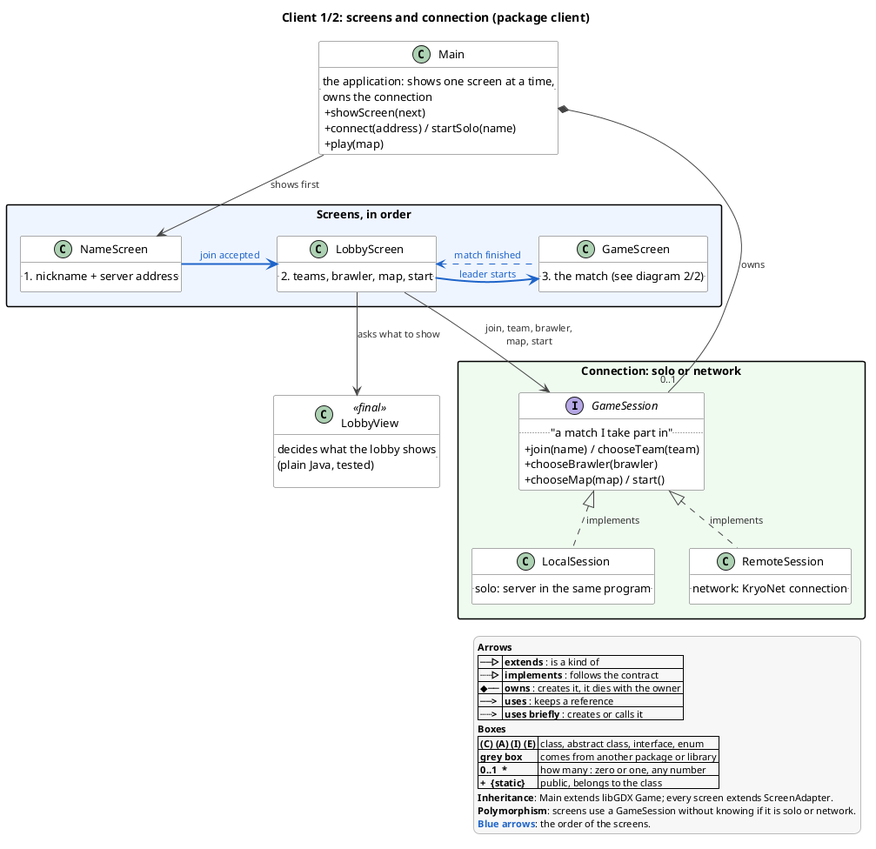
The PlantUML diagram docs/uml/client-screens.png in louispouillet/2dgame, before a commit.
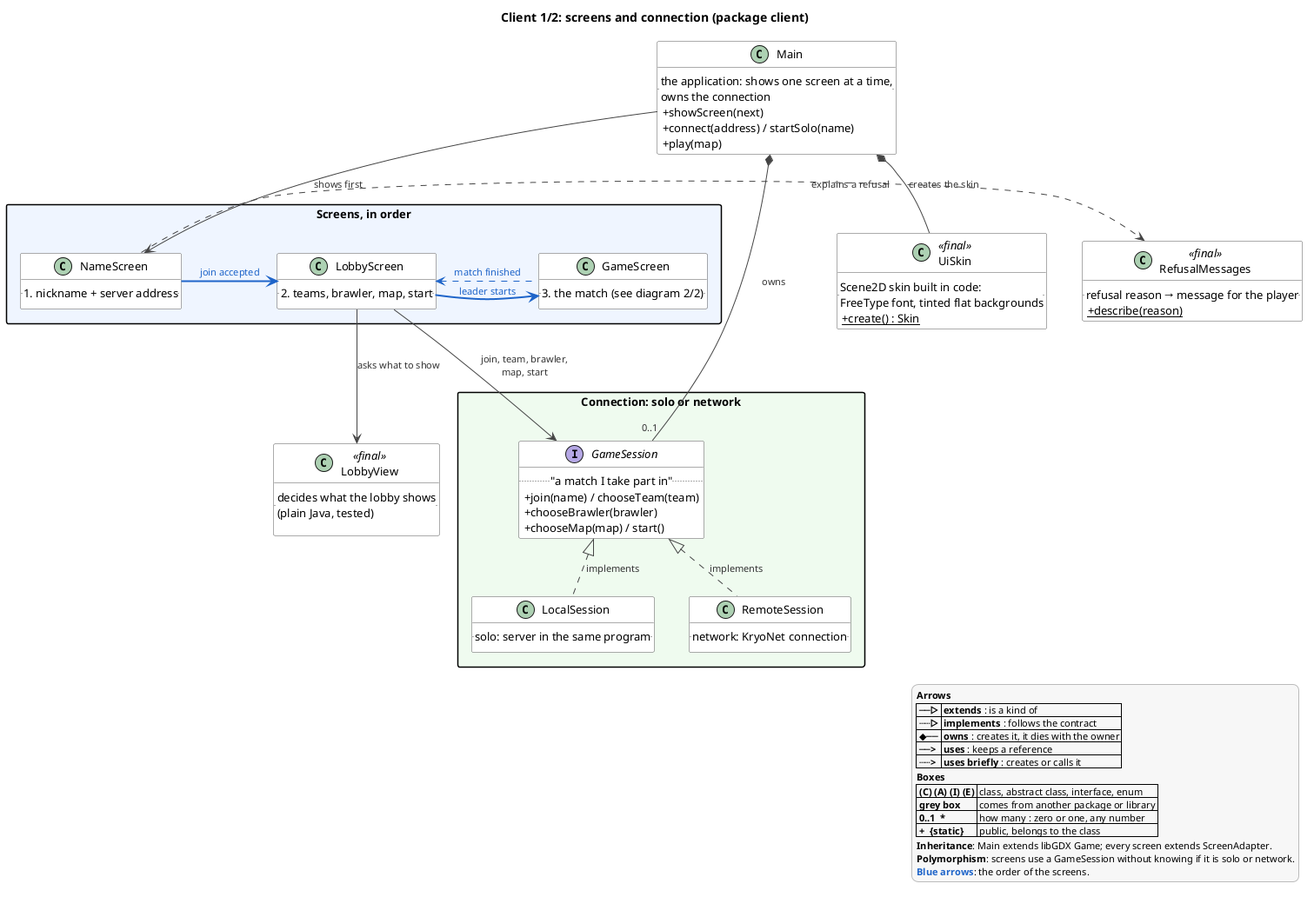
After the commit.

Commit message:
docs(uml): add the missing client classes to the client diagrams

What changed in the source:
```diff
@@ -25,6 +25,16 @@
     .. decides what the lobby shows\n(plain Java, tested) ..
 }
 
+class RefusalMessages <<final>> {
+    .. refusal reason → message for the player ..
+    + {static} describe(reason)
+}
+
+class UiSkin <<final>> {
+    .. Scene2D skin built in code:\nFreeType font, tinted flat backgrounds ..
+    + {static} create() : Skin
+}
+
 package "Connection: solo or network" #EEFBEF {
     interface GameSession {
         .. "a match I take part in" ..
@@ -47,6 +57,8 @@
 LobbyScreen -down-> LobbyView : asks what to show
 
 Main *-right- "0..1" GameSession : owns
+Main *-down- UiSkin : creates the skin
+NameScreen .right.> RefusalMessages : explains a refusal
 LobbyScreen -down-> GameSession : join, team, brawler,\nmap, start
 GameSession <|.down. LocalSession : implements
 GameSession <|.down. RemoteSession : implements
```
